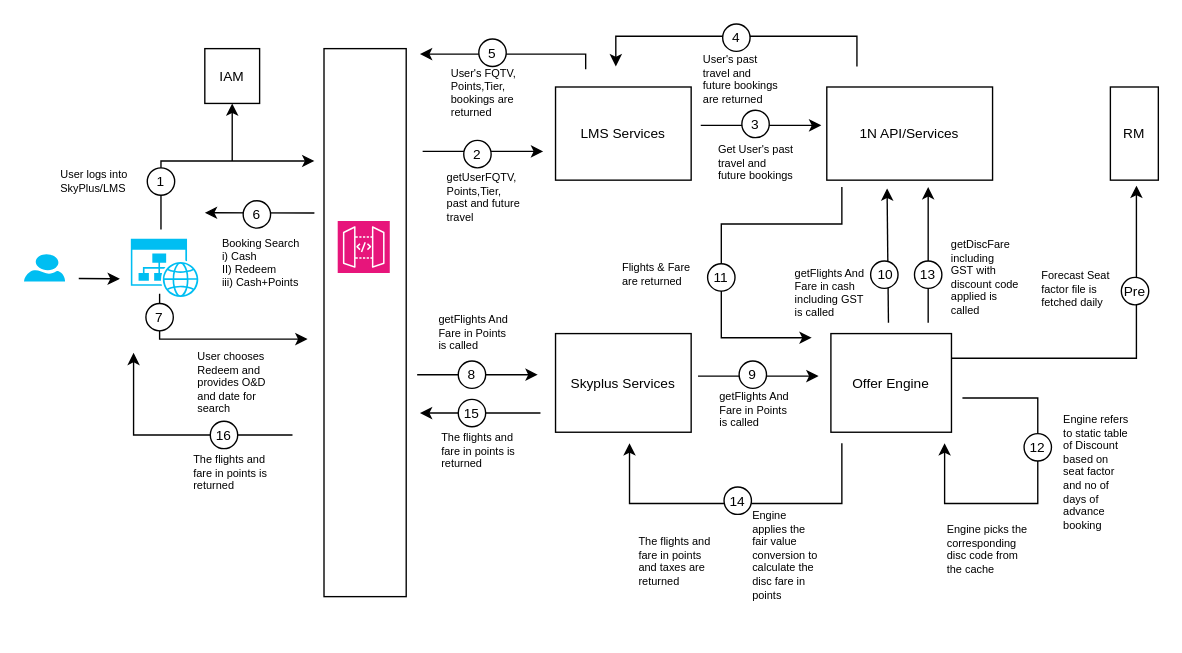
nchauhan4/drawings keeps this draw.io diagram as page "Search and Results" (1 of 2) of Redeem_Points_Flow.drawio. Above is the earlier version. Source tidied: cells renumbered, new cells numbered last; positions are measured from the earlier drawing's top-left corner, leaving out a move shared by most shapes. Both pictures are drawn from the tidied source at 137%, with x=0, y=0 at pixel (23, 23).
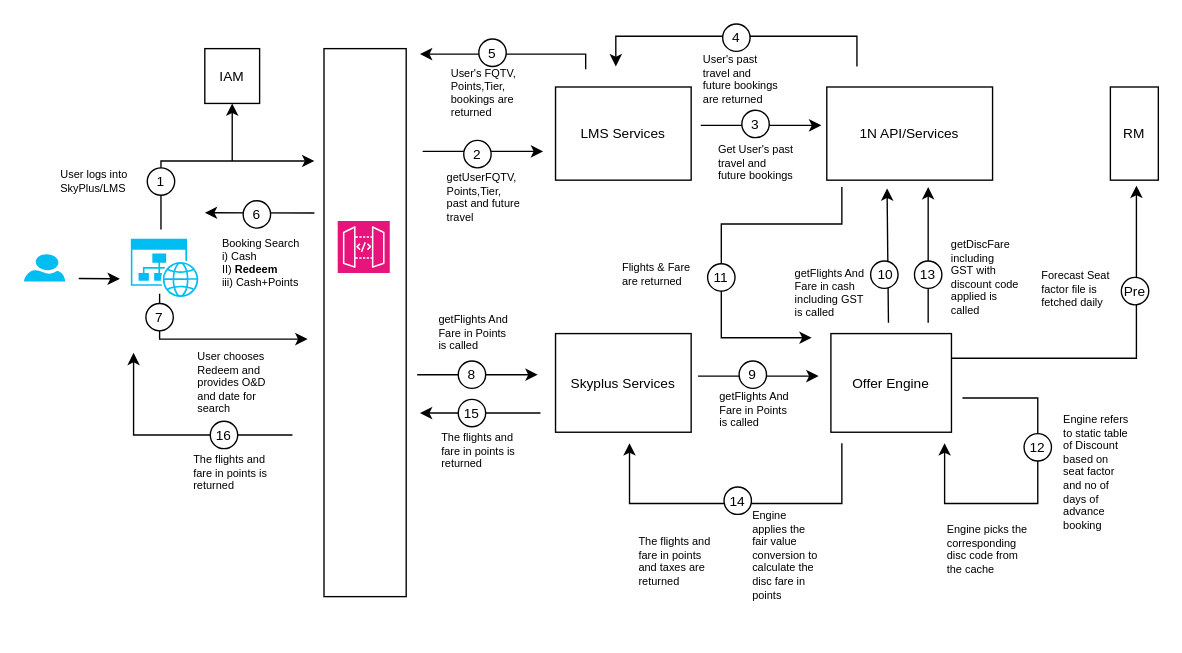
Above is the later version.

The edit, as a diff of the source:
```diff
@@
-    <mxCell id="9" value="Booking Search&lt;br&gt;i) Cash&lt;br&gt;II) Redeem&lt;br&gt;iii) Cash+Points" style="text;html=1;strokeColor=none;fillColor=none;align=left;verticalAlign=top;whiteSpace=wrap;rounded=0;fontSize=8;" parent="1" vertex="1">
+    <mxCell id="9" value="Booking Search&lt;br&gt;i) Cash&lt;br&gt;II) &lt;b&gt;Redeem&lt;/b&gt;&lt;br&gt;iii) Cash+Points" style="text;html=1;strokeColor=none;fillColor=none;align=left;verticalAlign=top;whiteSpace=wrap;rounded=0;fontSize=8;" parent="1" vertex="1">
       <mxGeometry x="142.5" y="149" width="58.5" height="47" as="geometry" />
     </mxCell>
```
